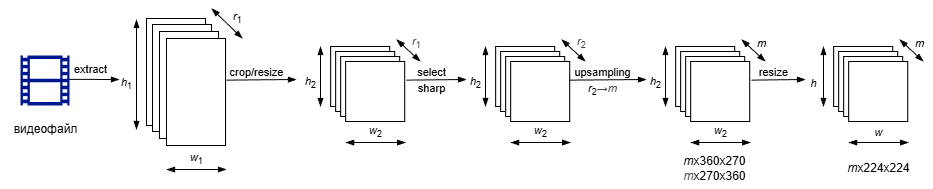
romangorbunov91/TBDLGR keeps this draw.io diagram as img/framer.drawio.png. Above is the earlier version. Source tidied: cells renumbered, new cells last; positions are measured from the earlier drawing's top-left corner, leaving out a move shared by most shapes.
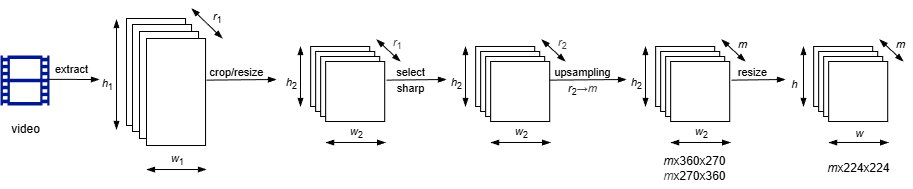
Later version of the same file.

Change to the diagram source:
```diff
@@ -29,8 +29,8 @@
     <mxCell id="10" style="rounded=0;whiteSpace=wrap;html=1;" parent="1" vertex="1">
       <mxGeometry x="166" y="30" width="59.1" height="107" as="geometry" />
     </mxCell>
-    <mxCell id="11" value="видеофайл" style="text;html=1;align=center;verticalAlign=middle;strokeColor=none;fillColor=none;" parent="1" vertex="1">
-      <mxGeometry y="106" width="90" height="30" as="geometry" />
+    <mxCell id="11" value="video" style="text;html=1;align=center;verticalAlign=middle;strokeColor=none;fillColor=none;" parent="1" vertex="1">
+      <mxGeometry x="20" y="106" width="50" height="30" as="geometry" />
     </mxCell>
     <mxCell id="12" style="edgeStyle=none;html=1;endArrow=blockThin;endFill=1;startSize=9.0551;exitX=0.985;exitY=0.477;exitDx=0;exitDy=0;exitPerimeter=0;" parent="1" edge="1" source="2">
       <mxGeometry relative="1" as="geometry">
```
